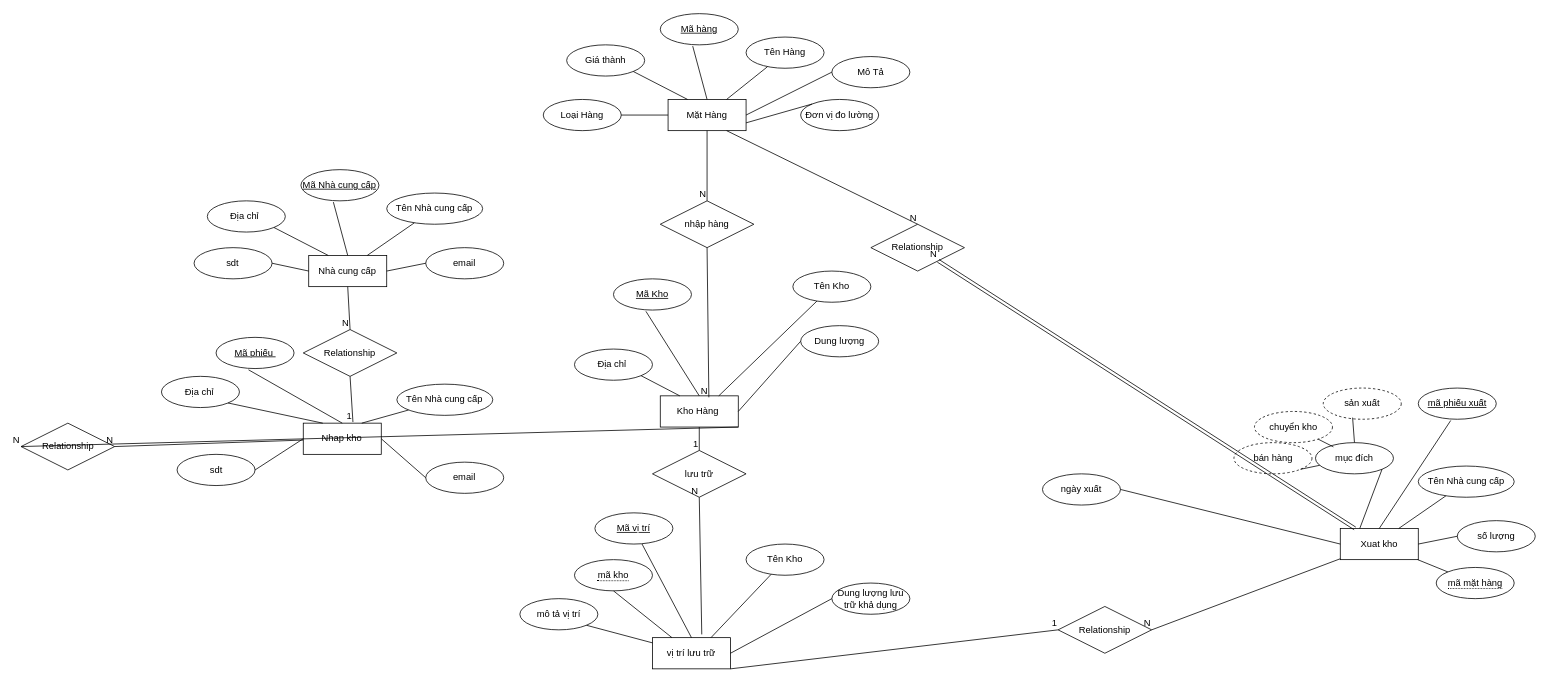
This is page "Trang-1" (1 of 2) of ERD.drawio from hoThanhThien/tkcsdl_HK_he, a draw.io file, before an edit. Source tidied: cells renumbered, new cells numbered last; positions are measured from the earlier drawing's top-left corner, leaving out a move shared by most shapes. Both pictures are drawn from the tidied source at 78%, with x=0, y=0 at pixel (21, 13).
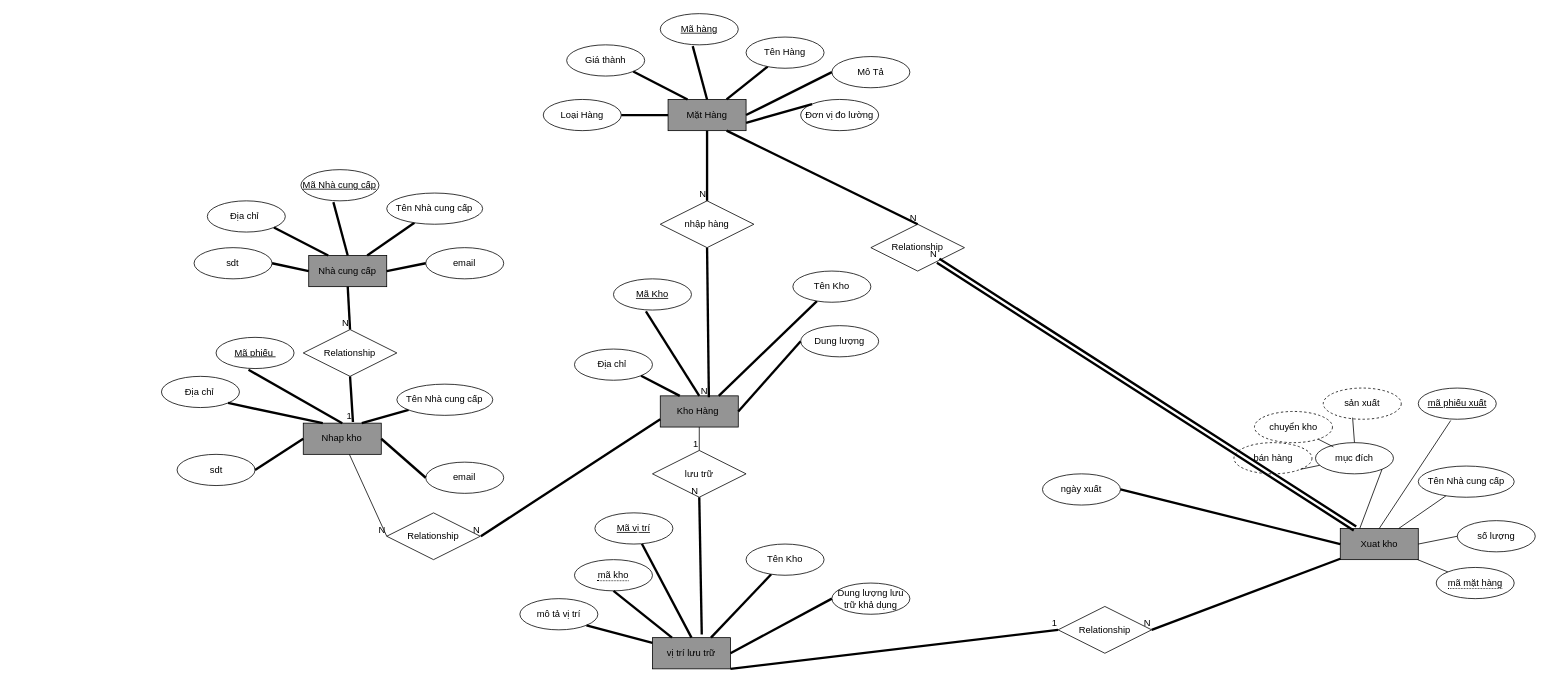
The same diagram, later.

Commit message (it also covers changes not shown here):
Cập nhật ERD.drawio

The change refers to these unchanged cells:
```xml
<mxCell id="4" value="Tên Hàng" style="ellipse;whiteSpace=wrap;html=1;align=center;" parent="1" vertex="1">
<mxCell id="5" value="Mã hàng" style="ellipse;whiteSpace=wrap;html=1;align=center;fontStyle=4;" parent="1" vertex="1">
<mxCell id="7" value="Mô Tả" style="ellipse;whiteSpace=wrap;html=1;align=center;" parent="1" vertex="1">
<mxCell id="9" value="Đơn vị đo lường" style="ellipse;whiteSpace=wrap;html=1;align=center;" parent="1" vertex="1">
<mxCell id="11" value="Giá thành" style="ellipse;whiteSpace=wrap;html=1;align=center;" parent="1" vertex="1">
<mxCell id="13" value="Loại Hàng" style="ellipse;whiteSpace=wrap;html=1;align=center;" parent="1" vertex="1">
<mxCell id="17" value="Tên Kho" style="ellipse;whiteSpace=wrap;html=1;align=center;" parent="1" vertex="1">
<mxCell id="18" value="Mã Kho" style="ellipse;whiteSpace=wrap;html=1;align=center;fontStyle=4;" parent="1" vertex="1">
<mxCell id="20" value="Dung lượng" style="ellipse;whiteSpace=wrap;html=1;align=center;" parent="1" vertex="1">
<mxCell id="22" value="Địa chỉ&amp;nbsp;" style="ellipse;whiteSpace=wrap;html=1;align=center;" parent="1" vertex="1">
<mxCell id="26" value="Tên Nhà cung cấp" style="ellipse;whiteSpace=wrap;html=1;align=center;" parent="1" vertex="1">
<mxCell id="27" value="Mã Nhà cung cấp" style="ellipse;whiteSpace=wrap;html=1;align=center;fontStyle=4;" parent="1" vertex="1">
<mxCell id="29" value="email" style="ellipse;whiteSpace=wrap;html=1;align=center;" parent="1" vertex="1">
<mxCell id="31" value="Địa chỉ&amp;nbsp;" style="ellipse;whiteSpace=wrap;html=1;align=center;" parent="1" vertex="1">
<mxCell id="33" value="sdt" style="ellipse;whiteSpace=wrap;html=1;align=center;" parent="1" vertex="1">
<mxCell id="37" value="Tên Nhà cung cấp" style="ellipse;whiteSpace=wrap;html=1;align=center;" parent="1" vertex="1">
<mxCell id="38" value="Mã phiếu&amp;nbsp;" style="ellipse;whiteSpace=wrap;html=1;align=center;fontStyle=4;" parent="1" vertex="1">
<mxCell id="40" value="email" style="ellipse;whiteSpace=wrap;html=1;align=center;" parent="1" vertex="1">
<mxCell id="42" value="Địa chỉ&amp;nbsp;" style="ellipse;whiteSpace=wrap;html=1;align=center;" parent="1" vertex="1">
<mxCell id="44" value="sdt" style="ellipse;whiteSpace=wrap;html=1;align=center;" parent="1" vertex="1">
<mxCell id="55" value="ngày xuất" style="ellipse;whiteSpace=wrap;html=1;align=center;" parent="1" vertex="1">
<mxCell id="67" value="Tên Kho" style="ellipse;whiteSpace=wrap;html=1;align=center;" parent="1" vertex="1">
<mxCell id="69" value="Dung lượng lưu trữ khả dụng" style="ellipse;whiteSpace=wrap;html=1;align=center;" parent="1" vertex="1">
<mxCell id="71" value="mô tả vị trí" style="ellipse;whiteSpace=wrap;html=1;align=center;" parent="1" vertex="1">
<mxCell id="73" value="Mã vị trí" style="ellipse;whiteSpace=wrap;html=1;align=center;fontStyle=4;" parent="1" vertex="1">
<mxCell id="74" value="&lt;span style=&quot;border-bottom: 1px dotted&quot;&gt;mã kho&lt;/span&gt;" style="ellipse;whiteSpace=wrap;html=1;align=center;" parent="1" vertex="1">
<mxCell id="76" value="nhập hàng" style="shape=rhombus;perimeter=rhombusPerimeter;whiteSpace=wrap;html=1;align=center;" parent="1" vertex="1">
<mxCell id="81" value="lưu trữ" style="shape=rhombus;perimeter=rhombusPerimeter;whiteSpace=wrap;html=1;align=center;" parent="1" vertex="1">
<mxCell id="86" value="Relationship" style="shape=rhombus;perimeter=rhombusPerimeter;whiteSpace=wrap;html=1;align=center;" parent="1" vertex="1">
<mxCell id="91" value="Relationship" style="shape=rhombus;perimeter=rhombusPerimeter;whiteSpace=wrap;html=1;align=center;" parent="1" vertex="1">
<mxCell id="96" value="Relationship" style="shape=rhombus;perimeter=rhombusPerimeter;whiteSpace=wrap;html=1;align=center;" parent="1" vertex="1">
```

Diff of the diagram source:
```diff
@@
-    <mxCell id="2" value="Mặt Hàng" style="whiteSpace=wrap;html=1;align=center;" parent="1" vertex="1">
+    <mxCell id="2" value="Mặt Hàng" style="whiteSpace=wrap;html=1;align=center;fillColor=#949494;" parent="1" vertex="1">
       <mxGeometry x="829" y="110" width="100" height="40" as="geometry" />
     </mxCell>
-    <mxCell id="3" style="endArrow=none;html=1;rounded=0;exitX=0.75;exitY=0;exitDx=0;exitDy=0;" parent="1" edge="1" source="2" target="4">
+    <mxCell id="3" style="endArrow=none;html=1;rounded=0;exitX=0.75;exitY=0;exitDx=0;exitDy=0;strokeWidth=3;" parent="1" edge="1" source="2" target="4">
       <mxGeometry relative="1" as="geometry" />
     </mxCell>
@@
-    <mxCell id="6" style="endArrow=none;html=1;rounded=0;exitX=0.416;exitY=1.04;exitDx=0;exitDy=0;exitPerimeter=0;entryX=0.5;entryY=0;entryDx=0;entryDy=0;" parent="1" edge="1" source="5" target="2">
+    <mxCell id="6" style="endArrow=none;html=1;rounded=0;exitX=0.416;exitY=1.04;exitDx=0;exitDy=0;exitPerimeter=0;entryX=0.5;entryY=0;entryDx=0;entryDy=0;strokeWidth=3;" parent="1" edge="1" source="5" target="2">
       <mxGeometry relative="1" as="geometry" />
     </mxCell>
@@
-    <mxCell id="8" style="endArrow=none;html=1;rounded=0;exitX=1;exitY=0.5;exitDx=0;exitDy=0;entryX=0;entryY=0.5;entryDx=0;entryDy=0;" parent="1" edge="1" source="2" target="7">
+    <mxCell id="8" style="endArrow=none;html=1;rounded=0;exitX=1;exitY=0.5;exitDx=0;exitDy=0;entryX=0;entryY=0.5;entryDx=0;entryDy=0;strokeWidth=3;" parent="1" edge="1" source="2" target="7">
       <mxGeometry relative="1" as="geometry" />
     </mxCell>
@@
-    <mxCell id="10" style="endArrow=none;html=1;rounded=0;exitX=1;exitY=0.75;exitDx=0;exitDy=0;entryX=0;entryY=0;entryDx=0;entryDy=0;" parent="1" edge="1" source="2" target="9">
+    <mxCell id="10" style="endArrow=none;html=1;rounded=0;exitX=1;exitY=0.75;exitDx=0;exitDy=0;entryX=0;entryY=0;entryDx=0;entryDy=0;strokeWidth=3;" parent="1" edge="1" source="2" target="9">
       <mxGeometry relative="1" as="geometry" />
     </mxCell>
@@
-    <mxCell id="12" style="endArrow=none;html=1;rounded=0;exitX=1;exitY=1;exitDx=0;exitDy=0;entryX=0.25;entryY=0;entryDx=0;entryDy=0;" parent="1" edge="1" source="11" target="2">
+    <mxCell id="12" style="endArrow=none;html=1;rounded=0;exitX=1;exitY=1;exitDx=0;exitDy=0;entryX=0.25;entryY=0;entryDx=0;entryDy=0;strokeWidth=3;" parent="1" edge="1" source="11" target="2">
       <mxGeometry relative="1" as="geometry" />
     </mxCell>
@@
-    <mxCell id="14" style="endArrow=none;html=1;rounded=0;exitX=1;exitY=0.5;exitDx=0;exitDy=0;entryX=0;entryY=0.5;entryDx=0;entryDy=0;" parent="1" edge="1" source="13" target="2">
+    <mxCell id="14" style="endArrow=none;html=1;rounded=0;exitX=1;exitY=0.5;exitDx=0;exitDy=0;entryX=0;entryY=0.5;entryDx=0;entryDy=0;strokeWidth=3;" parent="1" edge="1" source="13" target="2">
       <mxGeometry relative="1" as="geometry" />
     </mxCell>
-    <mxCell id="15" value="Kho Hàng&amp;nbsp;" style="whiteSpace=wrap;html=1;align=center;" parent="1" vertex="1">
+    <mxCell id="15" value="Kho Hàng&amp;nbsp;" style="whiteSpace=wrap;html=1;align=center;fillColor=#949494;" parent="1" vertex="1">
       <mxGeometry x="819" y="490" width="100" height="40" as="geometry" />
     </mxCell>
-    <mxCell id="16" style="endArrow=none;html=1;rounded=0;exitX=0.75;exitY=0;exitDx=0;exitDy=0;" parent="1" edge="1" source="15" target="17">
+    <mxCell id="16" style="endArrow=none;html=1;rounded=0;exitX=0.75;exitY=0;exitDx=0;exitDy=0;strokeWidth=3;" parent="1" edge="1" source="15" target="17">
       <mxGeometry relative="1" as="geometry" />
     </mxCell>
@@
-    <mxCell id="19" style="endArrow=none;html=1;rounded=0;exitX=0.416;exitY=1.04;exitDx=0;exitDy=0;exitPerimeter=0;entryX=0.5;entryY=0;entryDx=0;entryDy=0;" parent="1" edge="1" source="18" target="15">
+    <mxCell id="19" style="endArrow=none;html=1;rounded=0;exitX=0.416;exitY=1.04;exitDx=0;exitDy=0;exitPerimeter=0;entryX=0.5;entryY=0;entryDx=0;entryDy=0;strokeWidth=3;" parent="1" edge="1" source="18" target="15">
       <mxGeometry relative="1" as="geometry" />
     </mxCell>
@@
-    <mxCell id="21" style="endArrow=none;html=1;rounded=0;exitX=1;exitY=0.5;exitDx=0;exitDy=0;entryX=0;entryY=0.5;entryDx=0;entryDy=0;" parent="1" edge="1" source="15" target="20">
+    <mxCell id="21" style="endArrow=none;html=1;rounded=0;exitX=1;exitY=0.5;exitDx=0;exitDy=0;entryX=0;entryY=0.5;entryDx=0;entryDy=0;strokeWidth=3;" parent="1" edge="1" source="15" target="20">
       <mxGeometry relative="1" as="geometry" />
     </mxCell>
@@
-    <mxCell id="23" style="endArrow=none;html=1;rounded=0;exitX=1;exitY=1;exitDx=0;exitDy=0;entryX=0.25;entryY=0;entryDx=0;entryDy=0;" parent="1" edge="1" source="22" target="15">
+    <mxCell id="23" style="endArrow=none;html=1;rounded=0;exitX=1;exitY=1;exitDx=0;exitDy=0;entryX=0.25;entryY=0;entryDx=0;entryDy=0;strokeWidth=3;" parent="1" edge="1" source="22" target="15">
       <mxGeometry relative="1" as="geometry" />
     </mxCell>
-    <mxCell id="24" value="Nhà cung cấp" style="whiteSpace=wrap;html=1;align=center;" parent="1" vertex="1">
+    <mxCell id="24" value="Nhà cung cấp" style="whiteSpace=wrap;html=1;align=center;fillColor=#949494;" parent="1" vertex="1">
       <mxGeometry x="368.3" y="310" width="100" height="40" as="geometry" />
     </mxCell>
-    <mxCell id="25" style="endArrow=none;html=1;rounded=0;exitX=0.75;exitY=0;exitDx=0;exitDy=0;" parent="1" edge="1" source="24" target="26">
+    <mxCell id="25" style="endArrow=none;html=1;rounded=0;exitX=0.75;exitY=0;exitDx=0;exitDy=0;strokeWidth=3;" parent="1" edge="1" source="24" target="26">
       <mxGeometry relative="1" as="geometry" />
     </mxCell>
@@
-    <mxCell id="28" style="endArrow=none;html=1;rounded=0;exitX=0.416;exitY=1.04;exitDx=0;exitDy=0;exitPerimeter=0;entryX=0.5;entryY=0;entryDx=0;entryDy=0;" parent="1" edge="1" source="27" target="24">
+    <mxCell id="28" style="endArrow=none;html=1;rounded=0;exitX=0.416;exitY=1.04;exitDx=0;exitDy=0;exitPerimeter=0;entryX=0.5;entryY=0;entryDx=0;entryDy=0;strokeWidth=3;" parent="1" edge="1" source="27" target="24">
       <mxGeometry relative="1" as="geometry" />
     </mxCell>
@@
-    <mxCell id="30" style="endArrow=none;html=1;rounded=0;exitX=1;exitY=0.5;exitDx=0;exitDy=0;entryX=0;entryY=0.5;entryDx=0;entryDy=0;" parent="1" edge="1" source="24" target="29">
+    <mxCell id="30" style="endArrow=none;html=1;rounded=0;exitX=1;exitY=0.5;exitDx=0;exitDy=0;entryX=0;entryY=0.5;entryDx=0;entryDy=0;strokeWidth=3;" parent="1" edge="1" source="24" target="29">
       <mxGeometry relative="1" as="geometry" />
     </mxCell>
@@
-    <mxCell id="32" style="endArrow=none;html=1;rounded=0;exitX=1;exitY=1;exitDx=0;exitDy=0;entryX=0.25;entryY=0;entryDx=0;entryDy=0;" parent="1" edge="1" source="31" target="24">
+    <mxCell id="32" style="endArrow=none;html=1;rounded=0;exitX=1;exitY=1;exitDx=0;exitDy=0;entryX=0.25;entryY=0;entryDx=0;entryDy=0;strokeWidth=3;" parent="1" edge="1" source="31" target="24">
       <mxGeometry relative="1" as="geometry" />
     </mxCell>
@@
-    <mxCell id="34" style="endArrow=none;html=1;rounded=0;exitX=1;exitY=0.5;exitDx=0;exitDy=0;entryX=0;entryY=0.5;entryDx=0;entryDy=0;" parent="1" edge="1" source="33" target="24">
+    <mxCell id="34" style="endArrow=none;html=1;rounded=0;exitX=1;exitY=0.5;exitDx=0;exitDy=0;entryX=0;entryY=0.5;entryDx=0;entryDy=0;strokeWidth=3;" parent="1" edge="1" source="33" target="24">
       <mxGeometry relative="1" as="geometry" />
     </mxCell>
-    <mxCell id="35" value="Nhap kho" style="whiteSpace=wrap;html=1;align=center;" parent="1" vertex="1">
+    <mxCell id="35" value="Nhap kho" style="whiteSpace=wrap;html=1;align=center;fillColor=#949494;" parent="1" vertex="1">
       <mxGeometry x="361.3" y="525" width="100" height="40" as="geometry" />
     </mxCell>
-    <mxCell id="36" style="endArrow=none;html=1;rounded=0;exitX=0.75;exitY=0;exitDx=0;exitDy=0;" parent="1" edge="1" source="35" target="37">
+    <mxCell id="36" style="endArrow=none;html=1;rounded=0;exitX=0.75;exitY=0;exitDx=0;exitDy=0;strokeWidth=3;" parent="1" edge="1" source="35" target="37">
       <mxGeometry relative="1" as="geometry" />
     </mxCell>
@@
-    <mxCell id="39" style="endArrow=none;html=1;rounded=0;exitX=0.416;exitY=1.04;exitDx=0;exitDy=0;exitPerimeter=0;entryX=0.5;entryY=0;entryDx=0;entryDy=0;" parent="1" edge="1" source="38" target="35">
+    <mxCell id="39" style="endArrow=none;html=1;rounded=0;exitX=0.416;exitY=1.04;exitDx=0;exitDy=0;exitPerimeter=0;entryX=0.5;entryY=0;entryDx=0;entryDy=0;strokeWidth=3;" parent="1" edge="1" source="38" target="35">
       <mxGeometry relative="1" as="geometry" />
     </mxCell>
@@
-    <mxCell id="41" style="endArrow=none;html=1;rounded=0;exitX=1;exitY=0.5;exitDx=0;exitDy=0;entryX=0;entryY=0.5;entryDx=0;entryDy=0;" parent="1" edge="1" source="35" target="40">
+    <mxCell id="41" style="endArrow=none;html=1;rounded=0;exitX=1;exitY=0.5;exitDx=0;exitDy=0;entryX=0;entryY=0.5;entryDx=0;entryDy=0;strokeWidth=3;" parent="1" edge="1" source="35" target="40">
       <mxGeometry relative="1" as="geometry" />
     </mxCell>
@@
-    <mxCell id="43" style="endArrow=none;html=1;rounded=0;exitX=1;exitY=1;exitDx=0;exitDy=0;entryX=0.25;entryY=0;entryDx=0;entryDy=0;" parent="1" edge="1" source="42" target="35">
+    <mxCell id="43" style="endArrow=none;html=1;rounded=0;exitX=1;exitY=1;exitDx=0;exitDy=0;entryX=0.25;entryY=0;entryDx=0;entryDy=0;strokeWidth=3;" parent="1" edge="1" source="42" target="35">
       <mxGeometry relative="1" as="geometry" />
     </mxCell>
@@
-    <mxCell id="45" style="endArrow=none;html=1;rounded=0;exitX=1;exitY=0.5;exitDx=0;exitDy=0;entryX=0;entryY=0.5;entryDx=0;entryDy=0;" parent="1" edge="1" source="44" target="35">
+    <mxCell id="45" style="endArrow=none;html=1;rounded=0;exitX=1;exitY=0.5;exitDx=0;exitDy=0;entryX=0;entryY=0.5;entryDx=0;entryDy=0;strokeWidth=3;" parent="1" edge="1" source="44" target="35">
       <mxGeometry relative="1" as="geometry" />
     </mxCell>
-    <mxCell id="46" value="Xuat kho" style="whiteSpace=wrap;html=1;align=center;" parent="1" vertex="1">
+    <mxCell id="46" value="Xuat kho" style="whiteSpace=wrap;html=1;align=center;fillColor=#949494;" parent="1" vertex="1">
       <mxGeometry x="1690.8" y="660" width="100" height="40" as="geometry" />
     </mxCell>
@@
-    <mxCell id="56" style="endArrow=none;html=1;rounded=0;exitX=1;exitY=0.5;exitDx=0;exitDy=0;entryX=0;entryY=0.5;entryDx=0;entryDy=0;" parent="1" edge="1" source="55" target="46">
+    <mxCell id="56" style="endArrow=none;html=1;rounded=0;exitX=1;exitY=0.5;exitDx=0;exitDy=0;entryX=0;entryY=0.5;entryDx=0;entryDy=0;strokeWidth=3;" parent="1" edge="1" source="55" target="46">
       <mxGeometry relative="1" as="geometry" />
     </mxCell>
@@
-    <mxCell id="65" value="vị trí lưu trữ" style="whiteSpace=wrap;html=1;align=center;" parent="1" vertex="1">
+    <mxCell id="65" value="vị trí lưu trữ" style="whiteSpace=wrap;html=1;align=center;fillColor=#949494;" parent="1" vertex="1">
       <mxGeometry x="809" y="800" width="100" height="40" as="geometry" />
     </mxCell>
-    <mxCell id="66" style="endArrow=none;html=1;rounded=0;exitX=0.75;exitY=0;exitDx=0;exitDy=0;" parent="1" edge="1" source="65" target="67">
+    <mxCell id="66" style="endArrow=none;html=1;rounded=0;exitX=0.75;exitY=0;exitDx=0;exitDy=0;strokeWidth=3;" parent="1" edge="1" source="65" target="67">
       <mxGeometry relative="1" as="geometry" />
     </mxCell>
@@
-    <mxCell id="68" style="endArrow=none;html=1;rounded=0;entryX=0.5;entryY=0;entryDx=0;entryDy=0;" parent="1" edge="1" source="73" target="65">
+    <mxCell id="68" style="endArrow=none;html=1;rounded=0;entryX=0.5;entryY=0;entryDx=0;entryDy=0;strokeWidth=3;" parent="1" edge="1" source="73" target="65">
       <mxGeometry relative="1" as="geometry" />
     </mxCell>
@@
-    <mxCell id="70" style="endArrow=none;html=1;rounded=0;exitX=1;exitY=0.5;exitDx=0;exitDy=0;entryX=0;entryY=0.5;entryDx=0;entryDy=0;" parent="1" edge="1" source="65" target="69">
+    <mxCell id="70" style="endArrow=none;html=1;rounded=0;exitX=1;exitY=0.5;exitDx=0;exitDy=0;entryX=0;entryY=0.5;entryDx=0;entryDy=0;strokeWidth=3;" parent="1" edge="1" source="65" target="69">
       <mxGeometry relative="1" as="geometry" />
     </mxCell>
@@
-    <mxCell id="72" style="endArrow=none;html=1;rounded=0;exitX=1;exitY=1;exitDx=0;exitDy=0;" parent="1" edge="1" source="71" target="65">
+    <mxCell id="72" style="endArrow=none;html=1;rounded=0;exitX=1;exitY=1;exitDx=0;exitDy=0;strokeWidth=3;" parent="1" edge="1" source="71" target="65">
       <mxGeometry relative="1" as="geometry" />
     </mxCell>
@@
-    <mxCell id="75" style="endArrow=none;html=1;rounded=0;exitX=0.5;exitY=1;exitDx=0;exitDy=0;entryX=0.25;entryY=0;entryDx=0;entryDy=0;" parent="1" edge="1" source="74" target="65">
+    <mxCell id="75" style="endArrow=none;html=1;rounded=0;exitX=0.5;exitY=1;exitDx=0;exitDy=0;entryX=0.25;entryY=0;entryDx=0;entryDy=0;strokeWidth=3;" parent="1" edge="1" source="74" target="65">
       <mxGeometry relative="1" as="geometry" />
     </mxCell>
@@
-    <mxCell id="77" style="endArrow=none;html=1;rounded=0;exitX=0.5;exitY=1;exitDx=0;exitDy=0;entryX=0.5;entryY=0;entryDx=0;entryDy=0;" parent="1" edge="1" source="2" target="76">
+    <mxCell id="77" style="endArrow=none;html=1;rounded=0;exitX=0.5;exitY=1;exitDx=0;exitDy=0;entryX=0.5;entryY=0;entryDx=0;entryDy=0;strokeWidth=3;" parent="1" edge="1" source="2" target="76">
       <mxGeometry relative="1" as="geometry" />
     </mxCell>
@@
-    <mxCell id="79" style="endArrow=none;html=1;rounded=0;exitX=0.5;exitY=1;exitDx=0;exitDy=0;entryX=0.623;entryY=0.047;entryDx=0;entryDy=0;entryPerimeter=0;" parent="1" edge="1" source="76" target="15">
+    <mxCell id="79" style="endArrow=none;html=1;rounded=0;exitX=0.5;exitY=1;exitDx=0;exitDy=0;entryX=0.623;entryY=0.047;entryDx=0;entryDy=0;entryPerimeter=0;strokeWidth=3;" parent="1" edge="1" source="76" target="15">
       <mxGeometry relative="1" as="geometry" />
     </mxCell>
@@
-    <mxCell id="84" style="endArrow=none;html=1;rounded=0;entryX=0.5;entryY=1;entryDx=0;entryDy=0;exitX=0.632;exitY=-0.103;exitDx=0;exitDy=0;exitPerimeter=0;" parent="1" edge="1" source="65" target="81">
+    <mxCell id="84" style="endArrow=none;html=1;rounded=0;entryX=0.5;entryY=1;entryDx=0;entryDy=0;exitX=0.632;exitY=-0.103;exitDx=0;exitDy=0;exitPerimeter=0;strokeWidth=3;" parent="1" edge="1" source="65" target="81">
       <mxGeometry relative="1" as="geometry" />
     </mxCell>
@@
-    <mxCell id="87" style="endArrow=none;html=1;rounded=0;exitX=0.5;exitY=1;exitDx=0;exitDy=0;entryX=0.5;entryY=0;entryDx=0;entryDy=0;" parent="1" edge="1" source="24" target="86">
+    <mxCell id="87" style="endArrow=none;html=1;rounded=0;exitX=0.5;exitY=1;exitDx=0;exitDy=0;entryX=0.5;entryY=0;entryDx=0;entryDy=0;strokeWidth=3;" parent="1" edge="1" source="24" target="86">
       <mxGeometry relative="1" as="geometry" />
     </mxCell>
@@
-    <mxCell id="89" style="endArrow=none;html=1;rounded=0;exitX=0.5;exitY=1;exitDx=0;exitDy=0;entryX=0.637;entryY=-0.036;entryDx=0;entryDy=0;entryPerimeter=0;" parent="1" edge="1" source="86" target="35">
+    <mxCell id="89" style="endArrow=none;html=1;rounded=0;exitX=0.5;exitY=1;exitDx=0;exitDy=0;entryX=0.637;entryY=-0.036;entryDx=0;entryDy=0;entryPerimeter=0;strokeWidth=3;" parent="1" edge="1" source="86" target="35">
       <mxGeometry relative="1" as="geometry" />
     </mxCell>
@@
-    <mxCell id="92" style="shape=link;html=1;rounded=0;" parent="1" edge="1" source="46" target="91">
+    <mxCell id="92" style="shape=link;html=1;rounded=0;strokeWidth=3;" parent="1" edge="1" source="46" target="91">
       <mxGeometry relative="1" as="geometry" />
     </mxCell>
@@
-    <mxCell id="94" style="endArrow=none;html=1;rounded=0;exitX=0.75;exitY=1;exitDx=0;exitDy=0;entryX=0.5;entryY=0;entryDx=0;entryDy=0;" parent="1" edge="1" source="2" target="91">
+    <mxCell id="94" style="endArrow=none;html=1;rounded=0;exitX=0.75;exitY=1;exitDx=0;exitDy=0;entryX=0.5;entryY=0;entryDx=0;entryDy=0;strokeWidth=3;" parent="1" edge="1" source="2" target="91">
       <mxGeometry relative="1" as="geometry" />
     </mxCell>
@@
-    <mxCell id="97" style="endArrow=none;html=1;rounded=0;entryX=1;entryY=0.5;entryDx=0;entryDy=0;" parent="1" edge="1" source="46" target="96">
+    <mxCell id="97" style="endArrow=none;html=1;rounded=0;entryX=1;entryY=0.5;entryDx=0;entryDy=0;strokeWidth=3;" parent="1" edge="1" source="46" target="96">
       <mxGeometry relative="1" as="geometry" />
     </mxCell>
@@
-    <mxCell id="99" style="endArrow=none;html=1;rounded=0;exitX=1;exitY=1;exitDx=0;exitDy=0;entryX=0;entryY=0.5;entryDx=0;entryDy=0;" parent="1" edge="1" source="65" target="96">
+    <mxCell id="99" style="endArrow=none;html=1;rounded=0;exitX=1;exitY=1;exitDx=0;exitDy=0;entryX=0;entryY=0.5;entryDx=0;entryDy=0;strokeWidth=3;" parent="1" edge="1" source="65" target="96">
       <mxGeometry relative="1" as="geometry" />
     </mxCell>
@@
     <mxCell id="101" value="Relationship" style="shape=rhombus;perimeter=rhombusPerimeter;whiteSpace=wrap;html=1;align=center;" parent="1" vertex="1">
-      <mxGeometry x="-0.5" y="525" width="120" height="60" as="geometry" />
+      <mxGeometry x="468.3" y="640" width="120" height="60" as="geometry" />
     </mxCell>
-    <mxCell id="102" style="endArrow=none;html=1;rounded=0;entryX=1;entryY=0.5;entryDx=0;entryDy=0;" parent="1" edge="1" source="35" target="101">
+    <mxCell id="102" style="endArrow=none;html=1;rounded=0;entryX=0;entryY=0.5;entryDx=0;entryDy=0;" parent="1" edge="1" source="35" target="101">
       <mxGeometry relative="1" as="geometry" />
     </mxCell>
@@
-    <mxCell id="104" style="endArrow=none;html=1;rounded=0;entryX=0;entryY=0.5;entryDx=0;entryDy=0;exitX=1;exitY=1;exitDx=0;exitDy=0;" parent="1" edge="1" source="15" target="101">
-      <mxGeometry relative="1" as="geometry" />
+    <mxCell id="104" style="endArrow=none;html=1;rounded=0;exitX=0;exitY=0.75;exitDx=0;exitDy=0;strokeWidth=3;" parent="1" edge="1" source="15">
+      <mxGeometry relative="1" as="geometry">
+        <mxPoint x="589" y="670" as="targetPoint" />
+      </mxGeometry>
     </mxCell>
```
